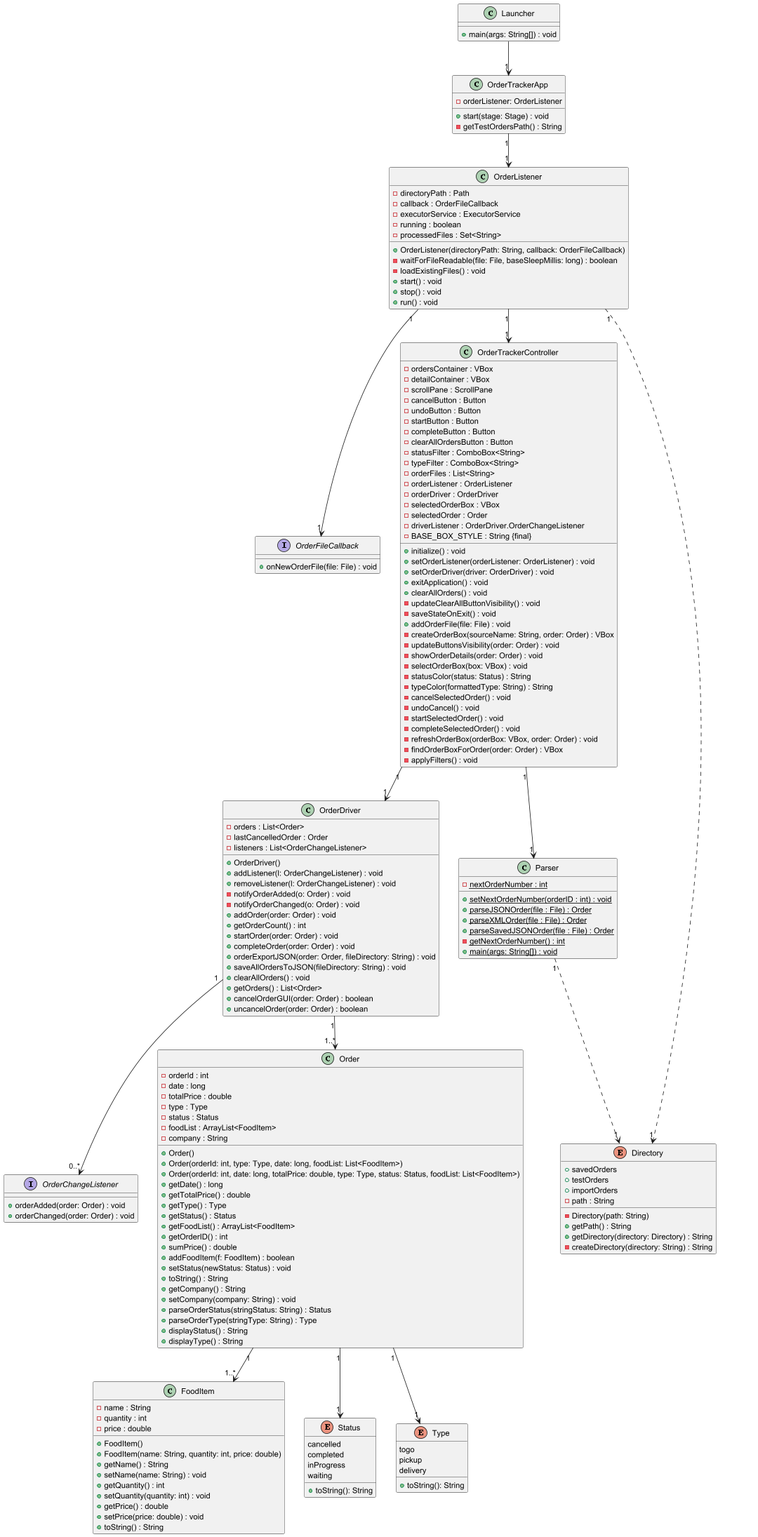
Above: src/main/java/design/ClassUMLDiagram.png in Uthjos/OrderTrackingAppKotlin (PlantUML), before the change. The source it was exported from:
```plantuml
@startuml

class Launcher {
    + main(args: String[]) : void
}

class OrderTrackerApp {
    - orderListener: OrderListener

    + start(stage: Stage) : void
    - getTestOrdersPath() : String
}

class OrderListener {
    - directoryPath : Path
    - callback : OrderFileCallback
    - executorService : ExecutorService
    - running : boolean
    - processedFiles : Set<String>

    + OrderListener(directoryPath: String, callback: OrderFileCallback)
    - waitForFileReadable(file: File, baseSleepMillis: long) : boolean
    - loadExistingFiles() : void
    + start() : void
    + stop() : void
    + run() : void
}

interface OrderFileCallback {
    + onNewOrderFile(file: File) : void
}

class OrderTrackerController {
    - ordersContainer : VBox
    - detailContainer : VBox
    - scrollPane : ScrollPane
    - cancelButton : Button
    - undoButton : Button
    - startButton : Button
    - completeButton : Button
    - clearAllOrdersButton : Button
    - statusFilter : ComboBox<String>
    - typeFilter : ComboBox<String>
    - orderFiles : List<String>
    - orderListener : OrderListener
    - orderDriver : OrderDriver
    - selectedOrderBox : VBox
    - selectedOrder : Order
    - driverListener : OrderDriver.OrderChangeListener
    - BASE_BOX_STYLE : String {final}

    + initialize() : void
    + setOrderListener(orderListener: OrderListener) : void
    + setOrderDriver(driver: OrderDriver) : void
    + exitApplication() : void
    + clearAllOrders() : void
    - updateClearAllButtonVisibility() : void
    - saveStateOnExit() : void
    + addOrderFile(file: File) : void
    - createOrderBox(sourceName: String, order: Order) : VBox
    - updateButtonsVisibility(order: Order) : void
    - showOrderDetails(order: Order) : void
    - selectOrderBox(box: VBox) : void
    - statusColor(status: Status) : String
    - typeColor(formattedType: String) : String
    - cancelSelectedOrder() : void
    - undoCancel() : void
    - startSelectedOrder() : void
    - completeSelectedOrder() : void
    - refreshOrderBox(orderBox: VBox, order: Order) : void
    - findOrderBoxForOrder(order: Order) : VBox
    - applyFilters() : void
}

class OrderDriver {
    - orders : List<Order>
    - lastCancelledOrder : Order
    - listeners : List<OrderChangeListener>
    + OrderDriver()
    + addListener(l: OrderChangeListener) : void
    + removeListener(l: OrderChangeListener) : void
    - notifyOrderAdded(o: Order) : void
    - notifyOrderChanged(o: Order) : void
    + addOrder(order: Order) : void
    + getOrderCount() : int
    + startOrder(order: Order) : void
    + completeOrder(order: Order) : void
    + orderExportJSON(order: Order, fileDirectory: String) : void
    + saveAllOrdersToJSON(fileDirectory: String) : void
    + clearAllOrders() : void
    + getOrders() : List<Order>
    + cancelOrderGUI(order: Order) : boolean
    + uncancelOrder(order: Order) : boolean
}

interface OrderChangeListener {
    + orderAdded(order: Order) : void
    + orderChanged(order: Order) : void
}

class Parser {
    - nextOrderNumber : int {static}

    + setNextOrderNumber(orderID : int) : void {static}
    + parseJSONOrder(file : File) : Order {static}
    + parseXMLOrder(file : File) : Order {static}
    + parseSavedJSONOrder(file : File) : Order {static}
    - getNextOrderNumber() : int {static}
    + main(args: String[]) : void {static}
}

class Order {
    - orderId : int
    - date : long
    - totalPrice : double
    - type : Type
    - status : Status
    - foodList : ArrayList<FoodItem>
    - company : String

    + Order()
    + Order(orderId: int, type: Type, date: long, foodList: List<FoodItem>)
    + Order(orderId: int, date: long, totalPrice: double, type: Type, status: Status, foodList: List<FoodItem>)
    + getDate() : long
    + getTotalPrice() : double
    + getType() : Type
    + getStatus() : Status
    + getFoodList() : ArrayList<FoodItem>
    + getOrderID() : int
    + sumPrice() : double
    + addFoodItem(f: FoodItem) : boolean
    + setStatus(newStatus: Status) : void
    + toString() : String
    + getCompany() : String
    + setCompany(company: String) : void
    + parseOrderStatus(stringStatus: String) : Status
    + parseOrderType(stringType: String) : Type
    + displayStatus() : String
    + displayType() : String
}

class FoodItem {
    - name : String
    - quantity : int
    - price : double

    + FoodItem()
    + FoodItem(name: String, quantity: int, price: double)
    + getName() : String
    + setName(name: String) : void
    + getQuantity() : int
    + setQuantity(quantity: int) : void
    + getPrice() : double
    + setPrice(price: double) : void
    + toString() : String
}
enum Status {
    cancelled
    completed
    inProgress
    waiting
    + toString(): String
}

enum Type {
    togo
    pickup
    delivery
    + toString(): String
}

enum Directory {
    + savedOrders
    + testOrders
    + importOrders
    - path : String

    - Directory(path: String)
    + getPath() : String
    + getDirectory(directory: Directory) : String
    - createDirectory(directory: String) : String
}

Launcher --> "1" OrderTrackerApp
OrderTrackerApp "1" --> "1" OrderListener
OrderListener "1" --> "1" OrderFileCallback
OrderListener "1" --> "1" OrderTrackerController
OrderListener "1" ..> "1" Directory
OrderTrackerController "1" --> "1" Parser
OrderTrackerController "1" --> "1" OrderDriver
OrderDriver "1" --> "0..*" OrderChangeListener
OrderDriver "1" --> "1..*" Order
Order "1" --> "1..*" FoodItem
Order "1" --> "1" Status
Order "1" --> "1" Type
Parser "1" ..> "1" Directory
@enduml
```
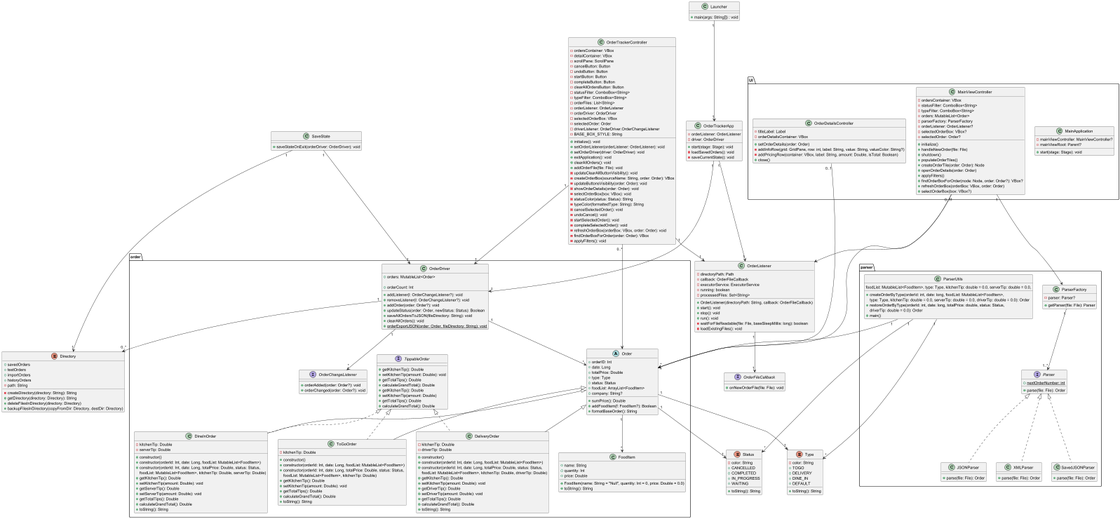
After the change.

Commit message:
Update class UML

Diff of the diagram source:
```diff
@@ -4,194 +4,333 @@
     + main(args: String[]) : void
 }
 
-class OrderTrackerApp {
-    - orderListener: OrderListener
-
-    + start(stage: Stage) : void
-    - getTestOrdersPath() : String
+interface OrderFileCallback {
+    + onNewOrderFile(file: File): void
 }
 
 class OrderListener {
-    - directoryPath : Path
-    - callback : OrderFileCallback
-    - executorService : ExecutorService
-    - running : boolean
-    - processedFiles : Set<String>
+    - directoryPath: Path
+    - callback: OrderFileCallback
+    - executorService: ExecutorService
+    - running: boolean
+    - processedFiles: Set<String>
 
     + OrderListener(directoryPath: String, callback: OrderFileCallback)
-    - waitForFileReadable(file: File, baseSleepMillis: long) : boolean
-    - loadExistingFiles() : void
-    + start() : void
-    + stop() : void
-    + run() : void
+    + start(): void
+    + stop(): void
+    + run(): void
+    - waitForFileReadable(file: File, baseSleepMillis: long): boolean
+    - loadExistingFiles(): void
 }
 
-interface OrderFileCallback {
-    + onNewOrderFile(file: File) : void
+package "order"{
+class DeliveryOrder {
+    - kitchenTip: Double
+    - driverTip: Double
+
+    + constructor()
+    + constructor(orderId: Int, date: Long, foodList: MutableList<FoodItem>)
+    + constructor(orderId: Int, date: Long, totalPrice: Double, status: Status,
+                    foodList: MutableList<FoodItem>, kitchenTip: Double, driverTip: Double)
+    + getKitchenTip(): Double
+    + setKitchenTip(amount: Double): void
+    + getDriverTip(): Double
+    + setDriverTip(amount: Double): void
+    + getTotalTips(): Double
+    + calculateGrandTotal(): Double
+    + toString(): String
+}
+
+class DineInOrder {
+    - kitchenTip: Double
+    - serverTip: Double
+
+    + constructor()
+    + constructor(orderId: Int, date: Long, foodList: MutableList<FoodItem>)
+    + constructor(orderId: Int, date: Long, totalPrice: Double, status: Status,
+                  foodList: MutableList<FoodItem>, kitchenTip: Double, serverTip: Double)
+    + getKitchenTip(): Double
+    + setKitchenTip(amount: Double): void
+    + getServerTip(): Double
+    + setServerTip(amount: Double): void
+    + getTotalTips(): Double
+    + calculateGrandTotal(): Double
+    + toString(): String
+}
+
+class FoodItem {
+    + name: String
+    + quantity: Int
+    + price: Double
+    + FoodItem(name: String = "Null", quantity: Int = 0, price: Double = 0.0)
+    + toString(): String
+}
+
+interface TippableOrder {
+    + getKitchenTip(): Double
+    + setKitchenTip(amount: Double): void
+    + getTotalTips(): Double
+    + calculateGrandTotal(): Double
+}
+
+abstract class Order {
+    + orderID: Int
+    + date: Long
+    + totalPrice: Double
+    + type: Type
+    + status: Status
+    + foodList: ArrayList<FoodItem>
+    + company: String?
+    + sumPrice(): Double
+    + addFoodItem(f: FoodItem?): Boolean
+    + formatBaseOrder(): String
+}
+
+class OrderDriver {
+    + orders: MutableList<Order>
+
+    + addListener(l: OrderChangeListener?): void
+    + removeListener(l: OrderChangeListener?): void
+    + addOrder(order: Order?): void
+    + updateStatus(order: Order, newStatus: Status): Boolean
+    + saveAllOrdersToJSON(fileDirectory: String): void
+    + clearAllOrders(): void
+    + orderCount: Int
+    {static} + orderExportJSON(order: Order, fileDirectory: String): void
+}
+
+interface OrderChangeListener {
+    + orderAdded(order: Order?): void
+    + orderChanged(order: Order?): void
+}
+
+interface TippableOrder {
+    + getKitchenTip(): Double
+    + setKitchenTip(amount: Double)
+    + getTotalTips(): Double
+    + calculateGrandTotal(): Double
+}
+
+class ToGoOrder {
+    - kitchenTip: Double
+
+    + constructor()
+    + constructor(orderId: Int, date: Long, foodList: MutableList<FoodItem>)
+    + constructor(orderId: Int, date: Long, totalPrice: Double, status: Status,
+                foodList: MutableList<FoodItem>, kitchenTip: Double)
+    + getKitchenTip(): Double
+    + setKitchenTip(amount: Double): void
+    + getTotalTips(): Double
+    + calculateGrandTotal(): Double
+    + toString(): String
+}
+}
+
+package "parser" {
+
+    interface Parser {
+        +parse(file: File): Order
+        {static} +nextOrderNumber: int
+    }
+
+    class JSONParser {
+        +parse(file: File): Order
+    }
+
+    class XMLParser {
+        +parse(file: File): Order
+    }
+
+    class SavedJSONParser {
+        +parse(file: File): Order
+    }
+
+    class ParserUtils {
+        +createOrderByType(orderId: int, date: long, foodList: MutableList<FoodItem>,
+                type: Type, kitchenTip: double = 0.0, serverTip: double = 0.0, driverTip: double = 0.0): Order
+        +restoreOrderByType(orderId: int, date: long, totalPrice: double, status: Status,
+                foodList: MutableList<FoodItem>, type: Type, kitchenTip: double = 0.0, serverTip: double = 0.0,
+                driverTip: double = 0.0): Order
+        +main()
+    }
+}
+package "parser"{
+    class ParserFactory {
+        -parser: Parser?
+        +getParser(file: File): Parser
+    }
+}
+
+enum Directory {
+    +savedOrders
+    +testOrders
+    +importOrders
+    +historyOrders
+    -path: String
+    -createDirectory(directory: String): String
+    +getDirectory(directory: Directory): String
+    +deleteFilesInDirectory(directory: Directory)
+    +backupFilesInDirectory(copyFromDir: Directory, destDir: Directory)
+}
+
+class OrderTrackerApp {
+    -orderListener: OrderListener
+    -driver: OrderDriver
+    +start(stage: Stage): void
+    -loadSavedOrders(): void
+    -saveCurrentState(): void
 }
 
 class OrderTrackerController {
-    - ordersContainer : VBox
-    - detailContainer : VBox
-    - scrollPane : ScrollPane
-    - cancelButton : Button
-    - undoButton : Button
-    - startButton : Button
-    - completeButton : Button
-    - clearAllOrdersButton : Button
-    - statusFilter : ComboBox<String>
-    - typeFilter : ComboBox<String>
-    - orderFiles : List<String>
-    - orderListener : OrderListener
-    - orderDriver : OrderDriver
-    - selectedOrderBox : VBox
-    - selectedOrder : Order
-    - driverListener : OrderDriver.OrderChangeListener
-    - BASE_BOX_STYLE : String {final}
+    -ordersContainer: VBox
+    -detailContainer: VBox
+    -scrollPane: ScrollPane
+    -cancelButton: Button
+    -undoButton: Button
+    -startButton: Button
+    -completeButton: Button
+    -clearAllOrdersButton: Button
+    -statusFilter: ComboBox<String>
+    -typeFilter: ComboBox<String>
+    -orderFiles: List<String>
+    -orderListener: OrderListener
+    -orderDriver: OrderDriver
+    -selectedOrderBox: VBox
+    -selectedOrder: Order
+    -driverListener: OrderDriver.OrderChangeListener
+    -BASE_BOX_STYLE: String
 
-    + initialize() : void
-    + setOrderListener(orderListener: OrderListener) : void
-    + setOrderDriver(driver: OrderDriver) : void
-    + exitApplication() : void
-    + clearAllOrders() : void
-    - updateClearAllButtonVisibility() : void
-    - saveStateOnExit() : void
-    + addOrderFile(file: File) : void
-    - createOrderBox(sourceName: String, order: Order) : VBox
-    - updateButtonsVisibility(order: Order) : void
-    - showOrderDetails(order: Order) : void
-    - selectOrderBox(box: VBox) : void
-    - statusColor(status: Status) : String
-    - typeColor(formattedType: String) : String
-    - cancelSelectedOrder() : void
-    - undoCancel() : void
-    - startSelectedOrder() : void
-    - completeSelectedOrder() : void
-    - refreshOrderBox(orderBox: VBox, order: Order) : void
-    - findOrderBoxForOrder(order: Order) : VBox
-    - applyFilters() : void
+    +initialize(): void
+    +setOrderListener(orderListener: OrderListener): void
+    +setOrderDriver(driver: OrderDriver): void
+    +exitApplication(): void
+    +clearAllOrders(): void
+    +addOrderFile(file: File): void
+    -updateClearAllButtonVisibility(): void
+    -createOrderBox(sourceName: String, order: Order): VBox
+    -updateButtonsVisibility(order: Order): void
+    -showOrderDetails(order: Order): void
+    -selectOrderBox(box: VBox): void
+    -statusColor(status: Status): String
+    -typeColor(formattedType: String): String
+    -cancelSelectedOrder(): void
+    -undoCancel(): void
+    -startSelectedOrder(): void
+    -completeSelectedOrder(): void
+    -refreshOrderBox(orderBox: VBox, order: Order): void
+    -findOrderBoxForOrder(order: Order): VBox
+    -applyFilters(): void
 }
 
-class OrderDriver {
-    - orders : List<Order>
-    - lastCancelledOrder : Order
-    - listeners : List<OrderChangeListener>
-    + OrderDriver()
-    + addListener(l: OrderChangeListener) : void
-    + removeListener(l: OrderChangeListener) : void
-    - notifyOrderAdded(o: Order) : void
-    - notifyOrderChanged(o: Order) : void
-    + addOrder(order: Order) : void
-    + getOrderCount() : int
-    + startOrder(order: Order) : void
-    + completeOrder(order: Order) : void
-    + orderExportJSON(order: Order, fileDirectory: String) : void
-    + saveAllOrdersToJSON(fileDirectory: String) : void
-    + clearAllOrders() : void
-    + getOrders() : List<Order>
-    + cancelOrderGUI(order: Order) : boolean
-    + uncancelOrder(order: Order) : boolean
+class SaveState {
+    +saveStateOnExit(orderDriver: OrderDriver): void
 }
 
-interface OrderChangeListener {
-    + orderAdded(order: Order) : void
-    + orderChanged(order: Order) : void
-}
-
-class Parser {
-    - nextOrderNumber : int {static}
-
-    + setNextOrderNumber(orderID : int) : void {static}
-    + parseJSONOrder(file : File) : Order {static}
-    + parseXMLOrder(file : File) : Order {static}
-    + parseSavedJSONOrder(file : File) : Order {static}
-    - getNextOrderNumber() : int {static}
-    + main(args: String[]) : void {static}
-}
-
-class Order {
-    - orderId : int
-    - date : long
-    - totalPrice : double
-    - type : Type
-    - status : Status
-    - foodList : ArrayList<FoodItem>
-    - company : String
-
-    + Order()
-    + Order(orderId: int, type: Type, date: long, foodList: List<FoodItem>)
-    + Order(orderId: int, date: long, totalPrice: double, type: Type, status: Status, foodList: List<FoodItem>)
-    + getDate() : long
-    + getTotalPrice() : double
-    + getType() : Type
-    + getStatus() : Status
-    + getFoodList() : ArrayList<FoodItem>
-    + getOrderID() : int
-    + sumPrice() : double
-    + addFoodItem(f: FoodItem) : boolean
-    + setStatus(newStatus: Status) : void
-    + toString() : String
-    + getCompany() : String
-    + setCompany(company: String) : void
-    + parseOrderStatus(stringStatus: String) : Status
-    + parseOrderType(stringType: String) : Type
-    + displayStatus() : String
-    + displayType() : String
-}
-
-class FoodItem {
-    - name : String
-    - quantity : int
-    - price : double
-
-    + FoodItem()
-    + FoodItem(name: String, quantity: int, price: double)
-    + getName() : String
-    + setName(name: String) : void
-    + getQuantity() : int
-    + setQuantity(quantity: int) : void
-    + getPrice() : double
-    + setPrice(price: double) : void
-    + toString() : String
-}
 enum Status {
-    cancelled
-    completed
-    inProgress
-    waiting
-    + toString(): String
+    -color: String
+    +CANCELLED
+    +COMPLETED
+    +IN_PROGRESS
+    +WAITING
+    +toString(): String
 }
 
 enum Type {
-    togo
-    pickup
-    delivery
-    + toString(): String
+    -color: String
+    +TOGO
+    +DELIVERY
+    +DINE_IN
+    +DEFAULT
+    +toString(): String
 }
 
-enum Directory {
-    + savedOrders
-    + testOrders
-    + importOrders
-    - path : String
-
-    - Directory(path: String)
-    + getPath() : String
-    + getDirectory(directory: Directory) : String
-    - createDirectory(directory: String) : String
+package "UI" {
+    class MainApplication {
+        - mainViewController: MainViewController?
+        - mainViewRoot: Parent?
+        + start(stage: Stage): void
+    }
 }
 
-Launcher --> "1" OrderTrackerApp
+package "UI" {
+    class MainViewController {
+        - ordersContainer: VBox
+        - statusFilter: ComboBox<String>
+        - typeFilter: ComboBox<String>
+        - orders: MutableList<Order>
+        - parserFactory: ParserFactory
+        - orderListener: OrderListener?
+        - selectedOrderBox: VBox?
+        - selectedOrder: Order?
+        + initialize()
+        + handleNewOrder(file: File)
+        + shutdown()
+        + populateOrderTiles()
+        + createOrderTile(order: Order): Node
+        + openOrderDetails(order: Order)
+        + applyFilters()
+        + findOrderBoxForOrder(node: Node, order: Order?): VBox?
+        + refreshOrderBox(orderBox: VBox, order: Order)
+        + selectOrderBox(box: VBox?)
+    }
+}
+
+package "UI" {
+    class OrderDetailsController {
+        - titleLabel: Label
+        - orderDetailsContainer: VBox
+        + setOrderDetails(order: Order)
+        - addInfoRow(grid: GridPane, row: int, label: String, value: String, valueColor: String?)
+        - addPricingRow(container: VBox, label: String, amount: Double, isTotal: Boolean)
+        + close()
+    }
+}
+
+Order <|-- DeliveryOrder
+Order <|-- DineInOrder
+Order <|-- ToGoOrder
+
+TippableOrder <|.. DeliveryOrder
+TippableOrder <|.. DineInOrder
+TippableOrder <|.. ToGoOrder
+
+Parser <|.. JSONParser
+Parser <|.. XMLParser
+Parser <|.. SavedJSONParser
+
+Launcher "1" --> "1" OrderTrackerApp
+
+OrderDriver "1" --> "*" Order
+OrderDriver "1" --> "*" OrderChangeListener
+
+MainViewController "1" --> "*" Order
+MainViewController "0..1" --> OrderListener
+MainViewController "1" --> ParserFactory
+
+OrderDetailsController "0..1" --> Order
+
+OrderListener "1" --> "1" OrderFileCallback
+
+ParserFactory "1" --> "1..*" Parser
+
+SaveState "1" --> "1" OrderDriver
 OrderTrackerApp "1" --> "1" OrderListener
-OrderListener "1" --> "1" OrderFileCallback
-OrderListener "1" --> "1" OrderTrackerController
-OrderListener "1" ..> "1" Directory
-OrderTrackerController "1" --> "1" Parser
+OrderTrackerApp "1" --> "1" OrderDriver
+
 OrderTrackerController "1" --> "1" OrderDriver
-OrderDriver "1" --> "0..*" OrderChangeListener
-OrderDriver "1" --> "1..*" Order
-Order "1" --> "1..*" FoodItem
+OrderTrackerController "1" --> "1" OrderListener
+OrderTrackerController "0..*" --> Order
+
+Order "1" --> "1" Type
 Order "1" --> "1" Status
-Order "1" --> "1" Type
-Parser "1" ..> "1" Directory
+
+OrderDriver "1" --> "0..*" Directory
+SaveState "1" --> "1" Directory
+
+ParserUtils "1" --> "*" Order
+ParserUtils "1" --> "*" Type
+ParserUtils "1" --> "*" Status
+
+Order "1" --> "*" FoodItem
+
 @enduml
```
